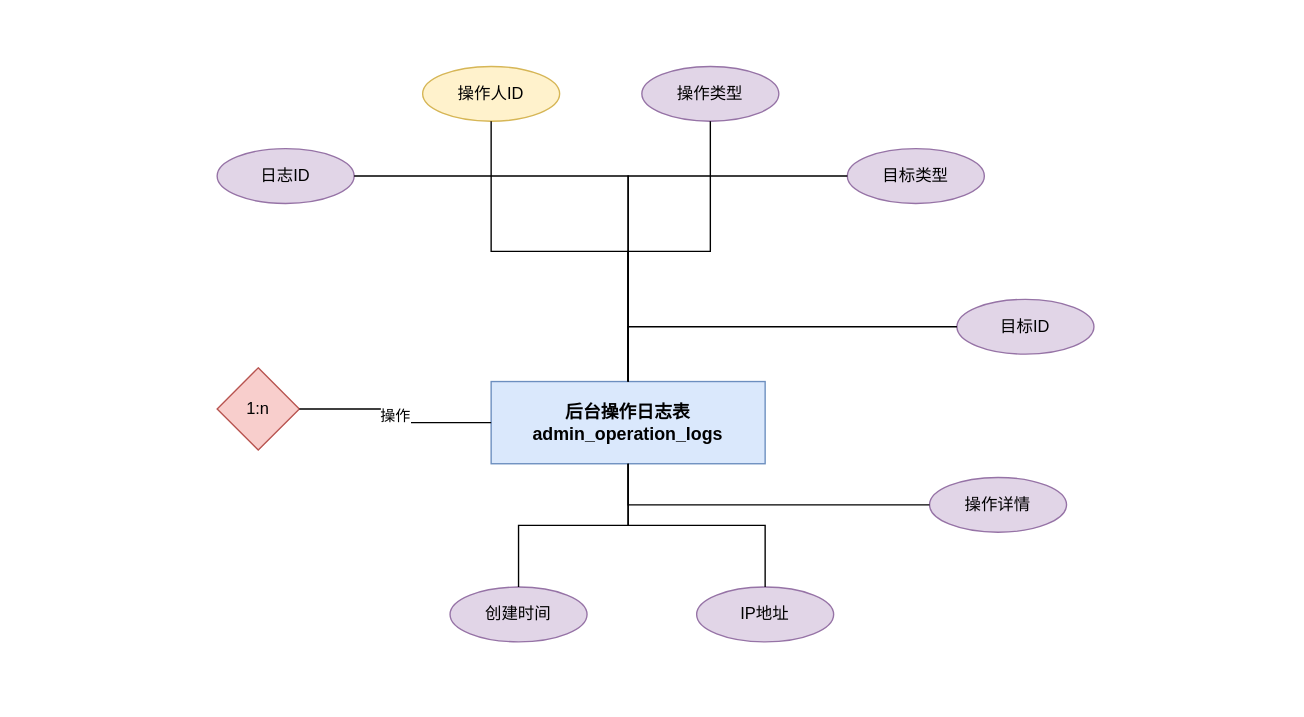
This is DOCS/architecture-diagrams/sources/后台操作日志表.drawio from 612cs/TrailQuest, a draw.io file, before an edit. Source tidied: cells renumbered, new cells numbered last; positions are measured from the earlier drawing's top-left corner, leaving out a move shared by most shapes. Both pictures are drawn from the tidied source at 137%, with x=0, y=0 at pixel (216, 66).
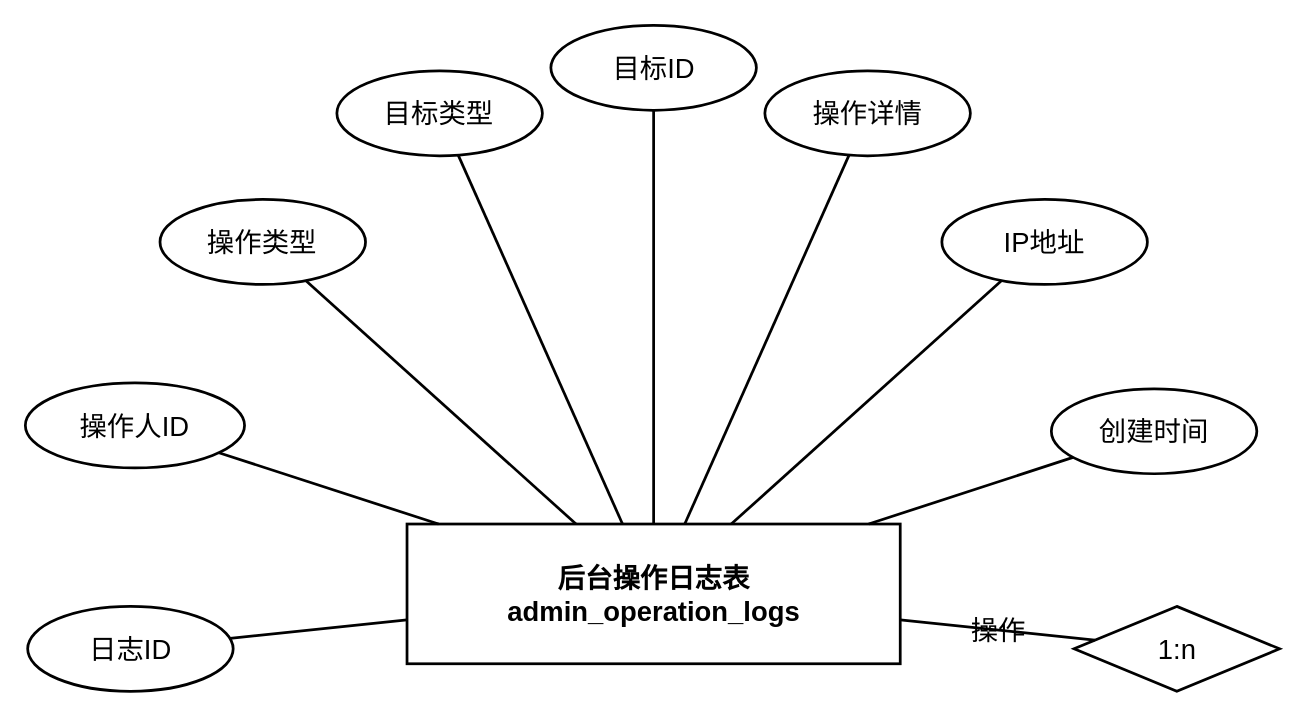
The same diagram, later.

What changed in the source:
```diff
@@
-    <mxCell id="2" value="后台操作日志表&#10;admin_operation_logs" style="rounded=0;whiteSpace=wrap;html=1;fillColor=#dae8fc;strokeColor=#6c8ebf;fontSize=13;fontStyle=1;" parent="1" vertex="1">
-      <mxGeometry x="200" y="230" width="200" height="60" as="geometry" />
+    <mxCell id="2" value="后台操作日志表&#10;admin_operation_logs" style="rounded=0;whiteSpace=wrap;html=1;fillColor=none;strokeColor=#000000;fontSize=20;fontStyle=1;gradientColor=none;fontColor=#000000;strokeWidth=2;shadow=0;glass=0;" parent="1" vertex="1">
+      <mxGeometry x="138.6" y="334" width="360" height="102" as="geometry" />
     </mxCell>
-    <mxCell id="3" value="日志ID" style="ellipse;whiteSpace=wrap;html=1;fillColor=#e1d5e7;strokeColor=#9673a6;" parent="1" vertex="1">
-      <mxGeometry y="60" width="100" height="40" as="geometry" />
+    <mxCell id="3" value="日志ID" style="ellipse;whiteSpace=wrap;html=1;fillColor=none;strokeColor=#000000;gradientColor=none;fontColor=#000000;fontSize=20;strokeWidth=2;shadow=0;glass=0;" parent="1" vertex="1">
+      <mxGeometry x="-138.3" y="394.1" width="150" height="62" as="geometry" />
     </mxCell>
-    <mxCell id="4" style="edgeStyle=orthogonalEdgeStyle;rounded=0;jettySize=auto;html=1;endArrow=none;endFill=0;" parent="1" edge="1" source="3" target="2">
+    <mxCell id="4" style="rounded=0;html=1;endArrow=none;endFill=0;strokeColor=#000000;strokeWidth=2;" parent="1" edge="1" source="3" target="2">
       <mxGeometry relative="1" as="geometry" />
     </mxCell>
-    <mxCell id="5" value="操作人ID" style="ellipse;whiteSpace=wrap;html=1;fillColor=#fff2cc;strokeColor=#d6b656;" parent="1" vertex="1">
-      <mxGeometry x="150" width="100" height="40" as="geometry" />
+    <mxCell id="5" value="操作人ID" style="ellipse;whiteSpace=wrap;html=1;fillColor=none;strokeColor=#000000;gradientColor=none;fontColor=#000000;fontSize=20;strokeWidth=2;shadow=0;glass=0;" parent="1" vertex="1">
+      <mxGeometry x="-140" y="231" width="160" height="62" as="geometry" />
     </mxCell>
-    <mxCell id="6" style="edgeStyle=orthogonalEdgeStyle;rounded=0;jettySize=auto;html=1;endArrow=none;endFill=0;" parent="1" edge="1" source="5" target="2">
+    <mxCell id="6" style="rounded=0;html=1;endArrow=none;endFill=0;strokeColor=#000000;strokeWidth=2;" parent="1" edge="1" source="5" target="2">
       <mxGeometry relative="1" as="geometry" />
     </mxCell>
-    <mxCell id="7" value="操作类型" style="ellipse;whiteSpace=wrap;html=1;fillColor=#e1d5e7;strokeColor=#9673a6;" parent="1" vertex="1">
-      <mxGeometry x="310" width="100" height="40" as="geometry" />
+    <mxCell id="7" value="操作类型" style="ellipse;whiteSpace=wrap;html=1;fillColor=none;strokeColor=#000000;gradientColor=none;fontColor=#000000;fontSize=20;strokeWidth=2;shadow=0;glass=0;" parent="1" vertex="1">
+      <mxGeometry x="-41.7" y="97.1" width="150" height="62" as="geometry" />
     </mxCell>
-    <mxCell id="8" style="edgeStyle=orthogonalEdgeStyle;rounded=0;jettySize=auto;html=1;endArrow=none;endFill=0;" parent="1" edge="1" source="7" target="2">
+    <mxCell id="8" style="rounded=0;html=1;endArrow=none;endFill=0;strokeColor=#000000;strokeWidth=2;" parent="1" edge="1" source="7" target="2">
       <mxGeometry relative="1" as="geometry" />
     </mxCell>
-    <mxCell id="9" value="目标类型" style="ellipse;whiteSpace=wrap;html=1;fillColor=#e1d5e7;strokeColor=#9673a6;" parent="1" vertex="1">
-      <mxGeometry x="460" y="60" width="100" height="40" as="geometry" />
+    <mxCell id="9" value="目标类型" style="ellipse;whiteSpace=wrap;html=1;fillColor=none;strokeColor=#000000;gradientColor=none;fontColor=#000000;fontSize=20;strokeWidth=2;shadow=0;glass=0;" parent="1" vertex="1">
+      <mxGeometry x="87.4" y="3.2" width="150" height="62" as="geometry" />
     </mxCell>
-    <mxCell id="10" style="edgeStyle=orthogonalEdgeStyle;rounded=0;jettySize=auto;html=1;endArrow=none;endFill=0;" parent="1" edge="1" source="9" target="2">
+    <mxCell id="10" style="rounded=0;html=1;endArrow=none;endFill=0;strokeColor=#000000;strokeWidth=2;" parent="1" edge="1" source="9" target="2">
       <mxGeometry relative="1" as="geometry" />
     </mxCell>
-    <mxCell id="11" value="目标ID" style="ellipse;whiteSpace=wrap;html=1;fillColor=#e1d5e7;strokeColor=#9673a6;" parent="1" vertex="1">
-      <mxGeometry x="540" y="170" width="100" height="40" as="geometry" />
+    <mxCell id="11" value="目标ID" style="ellipse;whiteSpace=wrap;html=1;fillColor=none;strokeColor=#000000;gradientColor=none;fontColor=#000000;fontSize=20;strokeWidth=2;shadow=0;glass=0;" parent="1" vertex="1">
+      <mxGeometry x="243.6" y="-30" width="150" height="62" as="geometry" />
     </mxCell>
-    <mxCell id="12" style="edgeStyle=orthogonalEdgeStyle;rounded=0;jettySize=auto;html=1;endArrow=none;endFill=0;" parent="1" edge="1" source="11" target="2">
+    <mxCell id="12" style="rounded=0;html=1;endArrow=none;endFill=0;strokeColor=#000000;strokeWidth=2;" parent="1" edge="1" source="11" target="2">
       <mxGeometry relative="1" as="geometry" />
     </mxCell>
-    <mxCell id="13" value="操作详情" style="ellipse;whiteSpace=wrap;html=1;fillColor=#e1d5e7;strokeColor=#9673a6;" parent="1" vertex="1">
-      <mxGeometry x="520" y="300" width="100" height="40" as="geometry" />
+    <mxCell id="13" value="操作详情" style="ellipse;whiteSpace=wrap;html=1;fillColor=none;strokeColor=#000000;gradientColor=none;fontColor=#000000;fontSize=20;strokeWidth=2;shadow=0;glass=0;" parent="1" vertex="1">
+      <mxGeometry x="399.8" y="3.2" width="150" height="62" as="geometry" />
     </mxCell>
-    <mxCell id="14" style="edgeStyle=orthogonalEdgeStyle;rounded=0;jettySize=auto;html=1;endArrow=none;endFill=0;" parent="1" edge="1" source="13" target="2">
+    <mxCell id="14" style="rounded=0;html=1;endArrow=none;endFill=0;strokeColor=#000000;strokeWidth=2;" parent="1" edge="1" source="13" target="2">
       <mxGeometry relative="1" as="geometry" />
     </mxCell>
-    <mxCell id="15" value="IP地址" style="ellipse;whiteSpace=wrap;html=1;fillColor=#e1d5e7;strokeColor=#9673a6;" parent="1" vertex="1">
-      <mxGeometry x="350" y="380" width="100" height="40" as="geometry" />
+    <mxCell id="15" value="IP地址" style="ellipse;whiteSpace=wrap;html=1;fillColor=none;strokeColor=#000000;gradientColor=none;fontColor=#000000;fontSize=20;strokeWidth=2;shadow=0;glass=0;" parent="1" vertex="1">
+      <mxGeometry x="529" y="97.1" width="150" height="62" as="geometry" />
     </mxCell>
-    <mxCell id="16" style="edgeStyle=orthogonalEdgeStyle;rounded=0;jettySize=auto;html=1;endArrow=none;endFill=0;" parent="1" edge="1" source="15" target="2">
+    <mxCell id="16" style="rounded=0;html=1;endArrow=none;endFill=0;strokeColor=#000000;strokeWidth=2;" parent="1" edge="1" source="15" target="2">
       <mxGeometry relative="1" as="geometry" />
     </mxCell>
-    <mxCell id="17" value="创建时间" style="ellipse;whiteSpace=wrap;html=1;fillColor=#e1d5e7;strokeColor=#9673a6;" parent="1" vertex="1">
-      <mxGeometry x="170" y="380" width="100" height="40" as="geometry" />
+    <mxCell id="17" value="创建时间" style="ellipse;whiteSpace=wrap;html=1;fillColor=none;strokeColor=#000000;gradientColor=none;fontColor=#000000;fontSize=20;strokeWidth=2;shadow=0;glass=0;" parent="1" vertex="1">
+      <mxGeometry x="608.9" y="235.3" width="150" height="62" as="geometry" />
     </mxCell>
-    <mxCell id="18" style="edgeStyle=orthogonalEdgeStyle;rounded=0;jettySize=auto;html=1;endArrow=none;endFill=0;" parent="1" edge="1" source="17" target="2">
+    <mxCell id="18" style="rounded=0;html=1;endArrow=none;endFill=0;strokeColor=#000000;strokeWidth=2;" parent="1" edge="1" source="17" target="2">
       <mxGeometry relative="1" as="geometry" />
     </mxCell>
-    <mxCell id="19" value="1:n" style="rhombus;whiteSpace=wrap;html=1;fillColor=#f8cecc;strokeColor=#b85450;fontSize=12;" parent="1" vertex="1">
-      <mxGeometry y="220" width="60" height="60" as="geometry" />
+    <mxCell id="19" value="1:n" style="rhombus;whiteSpace=wrap;html=1;fillColor=none;strokeColor=#000000;fontSize=20;gradientColor=none;fontColor=#000000;strokeWidth=2;shadow=0;glass=0;" parent="1" vertex="1">
+      <mxGeometry x="625.5" y="394.1" width="150" height="62" as="geometry" />
     </mxCell>
-    <mxCell id="20" value="操作" style="edgeStyle=orthogonalEdgeStyle;rounded=0;jettySize=auto;html=1;endArrow=none;endFill=0;" parent="1" edge="1" source="19" target="2">
+    <mxCell id="20" value="操作" style="rounded=0;html=1;endArrow=none;endFill=0;strokeColor=#000000;strokeWidth=2;fontSize=20;fontColor=#000000;fontFamily=Arial;labelBackgroundColor=none;fillColor=none;gradientColor=none;shadow=0;" parent="1" edge="1" source="19" target="2">
       <mxGeometry relative="1" as="geometry" />
     </mxCell>
```
